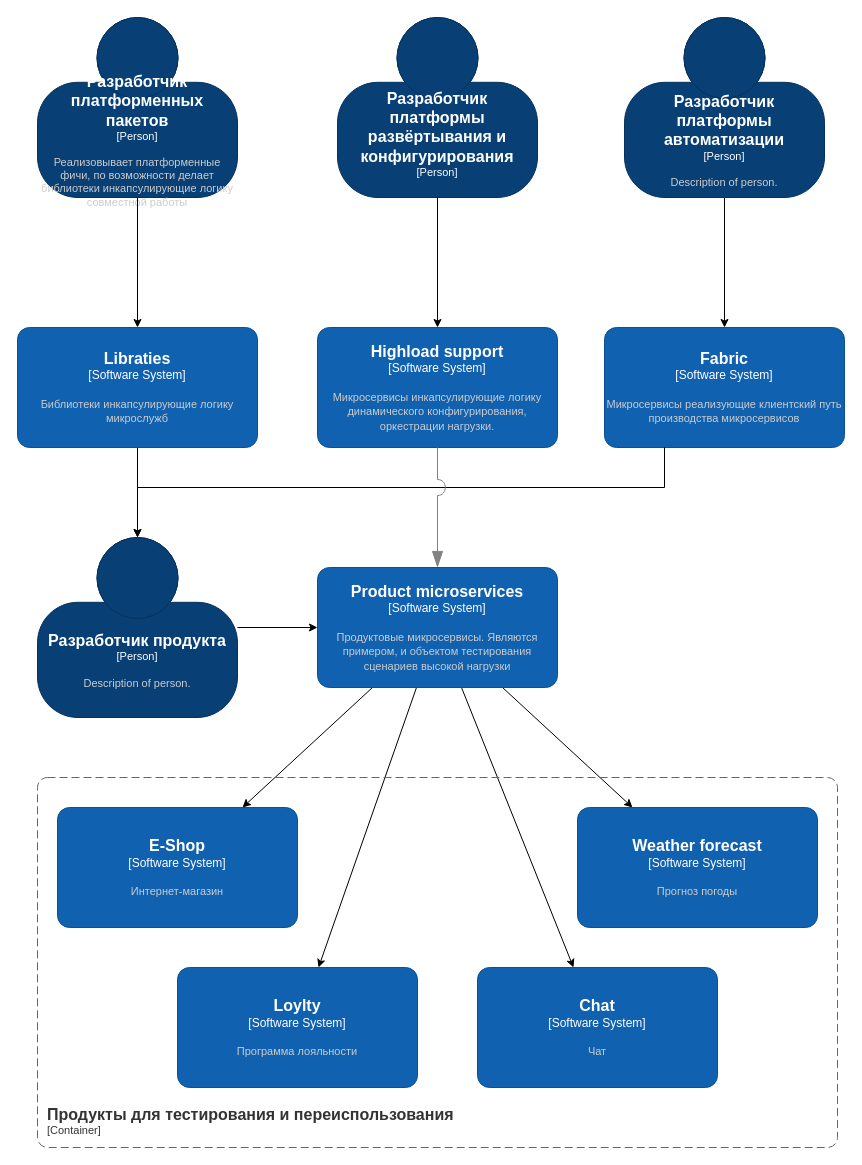
Earlier version of the draw.io diagram page "Context" (1 of 2) of plan.drawio (Ekstrem/DigiTFactory.Arch). Source tidied: cells renumbered, new cells numbered last; positions are measured from the earlier drawing's top-left corner, leaving out a move shared by most shapes. Both pictures are drawn from the tidied source at 100%, with x=0, y=0 at pixel (17, 17).
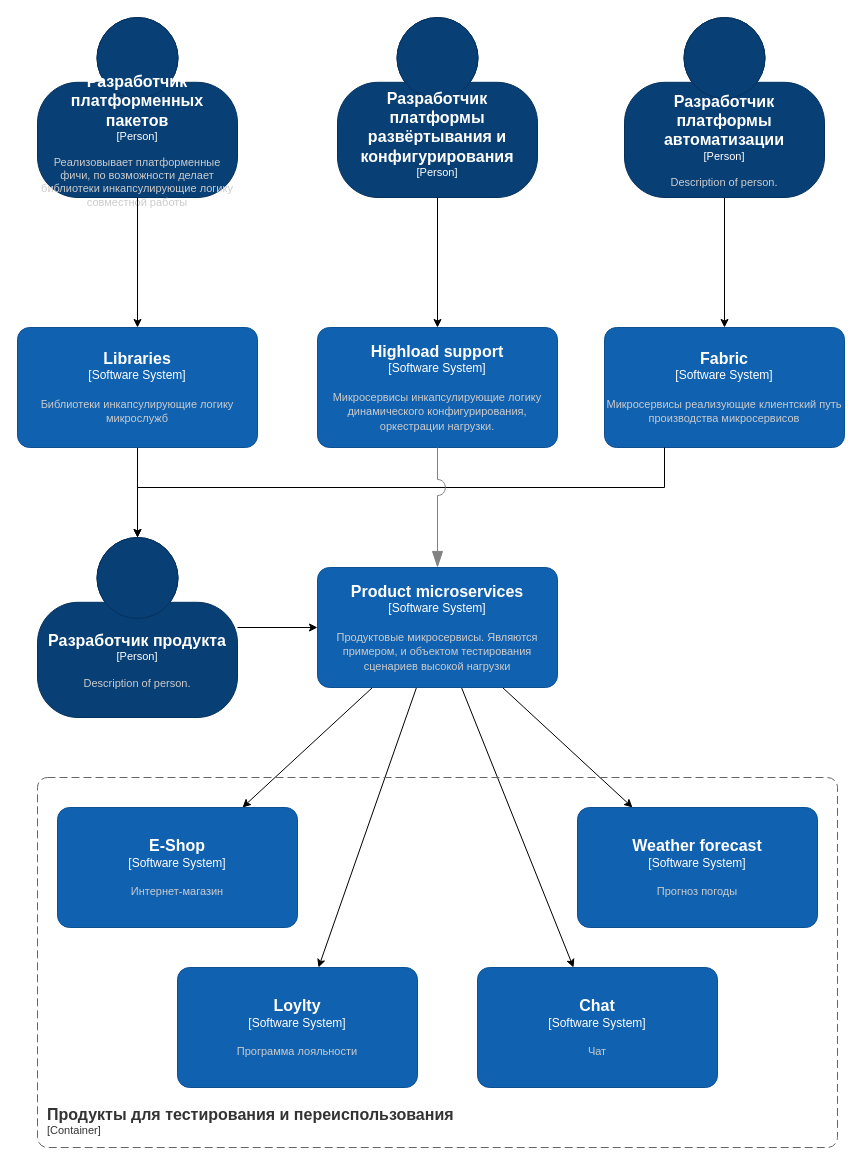
The same diagram, later.

The edit, as a diff of the source:
```diff
@@
-    <object id="3" label="&lt;font style=&quot;font-size: 16px&quot;&gt;&lt;b&gt;%c4Name%&lt;/b&gt;&lt;/font&gt;&lt;div&gt;[%c4Type%]&lt;/div&gt;&lt;br&gt;&lt;div&gt;&lt;font style=&quot;font-size: 11px&quot;&gt;&lt;font color=&quot;#cccccc&quot;&gt;%c4Description%&lt;/font&gt;&lt;/div&gt;" c4Description="Библиотеки инкапсулирующие логику микрослужб" c4Name="Libraties" c4Type="Software System" placeholders="1">
+    <object id="3" label="&lt;font style=&quot;font-size: 16px&quot;&gt;&lt;b&gt;%c4Name%&lt;/b&gt;&lt;/font&gt;&lt;div&gt;[%c4Type%]&lt;/div&gt;&lt;br&gt;&lt;div&gt;&lt;font style=&quot;font-size: 11px&quot;&gt;&lt;font color=&quot;#cccccc&quot;&gt;%c4Description%&lt;/font&gt;&lt;/div&gt;" c4Description="Библиотеки инкапсулирующие логику микрослужб" c4Name="Libraries" c4Type="Software System" placeholders="1">
       <mxCell style="rounded=1;whiteSpace=wrap;html=1;labelBackgroundColor=none;fillColor=#1061B0;fontColor=#ffffff;align=center;arcSize=10;strokeColor=#0D5091;points=[[0.25,0,0],[0.5,0,0],[0.75,0,0],[1,0.25,0],[1,0.5,0],[1,0.75,0],[0.75,1,0],[0.5,1,0],[0.25,1,0],[0,0.75,0],[0,0.5,0],[0,0.25,0]];" parent="1" vertex="1">
         <mxGeometry y="310" width="240" height="120" as="geometry" />
       </mxCell>
     </object>
```
